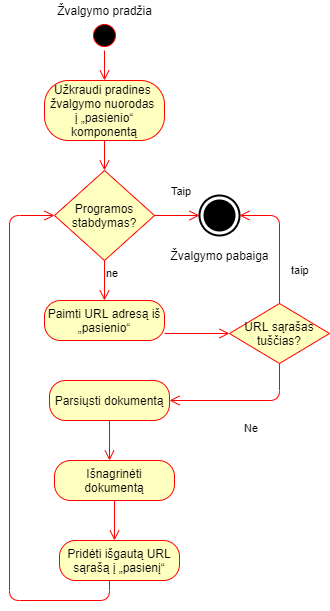
kasparas12/VU-Bachelor-Thesis keeps this draw.io diagram as img/Web_Crawler_Activity_Diagram.png. Above is the earlier version. Source tidied: cells renumbered, new cells last; positions are measured from the earlier drawing's top-left corner, leaving out a move shared by most shapes.
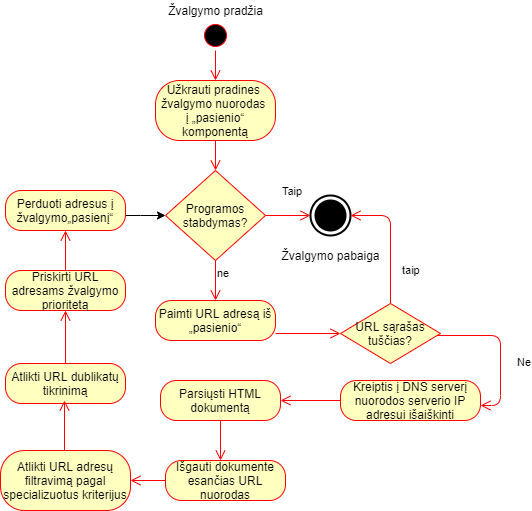
Later version of the same file.

Diff of the diagram source:
```diff
@@ -26,7 +26,7 @@
         <mxPoint x="95" y="300" as="targetPoint" />
       </mxGeometry>
     </mxCell>
-    <mxCell id="8" value="Užkraudi pradines&amp;nbsp;&lt;br&gt;žvalgymo nuorodas&amp;nbsp;&lt;br&gt;į „pasienio“ komponentą" style="rounded=1;whiteSpace=wrap;html=1;arcSize=40;fontColor=#000000;fillColor=#ffffc0;strokeColor=#ff0000;" parent="1" vertex="1">
+    <mxCell id="8" value="Užkrauti pradines&amp;nbsp;&lt;br&gt;žvalgymo nuorodas&amp;nbsp;&lt;br&gt;į „pasienio“ komponentą" style="rounded=1;whiteSpace=wrap;html=1;arcSize=40;fontColor=#000000;fillColor=#ffffc0;strokeColor=#ff0000;" parent="1" vertex="1">
       <mxGeometry x="35" y="80" width="120" height="60" as="geometry" />
     </mxCell>
     <mxCell id="9" style="edgeStyle=orthogonalEdgeStyle;html=1;verticalAlign=bottom;endArrow=open;endSize=8;strokeColor=#ff0000;" parent="1" edge="1" source="8" target="5">
@@ -45,7 +45,7 @@
         </Array>
       </mxGeometry>
     </mxCell>
-    <mxCell id="13" value="Parsiųsti dokumentą" style="rounded=1;whiteSpace=wrap;html=1;arcSize=40;fontColor=#000000;fillColor=#ffffc0;strokeColor=#ff0000;" parent="1" vertex="1">
+    <mxCell id="13" value="Parsiųsti HTML dokumentą" style="rounded=1;whiteSpace=wrap;html=1;arcSize=40;fontColor=#000000;fillColor=#ffffc0;strokeColor=#ff0000;" parent="1" vertex="1">
       <mxGeometry x="40" y="380" width="120" height="40" as="geometry" />
     </mxCell>
     <mxCell id="14" style="edgeStyle=orthogonalEdgeStyle;html=1;verticalAlign=bottom;endArrow=open;endSize=8;strokeColor=#ff0000;" parent="1" edge="1" source="13">
@@ -53,27 +53,14 @@
         <mxPoint x="100" y="460" as="targetPoint" />
       </mxGeometry>
     </mxCell>
-    <mxCell id="15" value="Išnagrinėti dokumentą" style="rounded=1;whiteSpace=wrap;html=1;arcSize=40;fontColor=#000000;fillColor=#ffffc0;strokeColor=#ff0000;" parent="1" vertex="1">
+    <mxCell id="15" value="Išgauti dokumente esančias URL nuorodas" style="rounded=1;whiteSpace=wrap;html=1;arcSize=40;fontColor=#000000;fillColor=#ffffc0;strokeColor=#ff0000;" parent="1" vertex="1">
       <mxGeometry x="45" y="460" width="120" height="40" as="geometry" />
     </mxCell>
     <mxCell id="16" style="edgeStyle=orthogonalEdgeStyle;html=1;verticalAlign=bottom;endArrow=open;endSize=8;strokeColor=#ff0000;" parent="1" edge="1" source="15">
       <mxGeometry relative="1" as="geometry">
-        <mxPoint x="105" y="540" as="targetPoint" />
+        <mxPoint x="10" y="480" as="targetPoint" />
       </mxGeometry>
     </mxCell>
-    <mxCell id="17" value="Pridėti išgautą URL sąrašą į „pasienį“" style="rounded=1;whiteSpace=wrap;html=1;arcSize=40;fontColor=#000000;fillColor=#ffffc0;strokeColor=#ff0000;" parent="1" vertex="1">
-      <mxGeometry x="50" y="540" width="120" height="40" as="geometry" />
-    </mxCell>
-    <mxCell id="18" style="edgeStyle=orthogonalEdgeStyle;html=1;verticalAlign=bottom;endArrow=open;endSize=8;strokeColor=#ff0000;entryX=0;entryY=0.5;entryDx=0;entryDy=0;" parent="1" edge="1" target="5">
-      <mxGeometry relative="1" as="geometry">
-        <mxPoint x="100" y="580" as="sourcePoint" />
-        <Array as="points">
-          <mxPoint x="100" y="600" />
-          <mxPoint y="600" />
-          <mxPoint y="215" />
-        </Array>
-      </mxGeometry>
-    </mxCell>
     <mxCell id="19" value="URL sąrašas tuščias?" style="rhombus;whiteSpace=wrap;html=1;fillColor=#ffffc0;strokeColor=#ff0000;" parent="1" vertex="1">
       <mxGeometry x="220" y="303" width="100" height="60" as="geometry" />
     </mxCell>
@@ -84,12 +71,55 @@
         </Array>
       </mxGeometry>
     </mxCell>
-    <mxCell id="21" value="Ne" style="edgeStyle=orthogonalEdgeStyle;html=1;align=left;verticalAlign=top;endArrow=open;endSize=8;strokeColor=#ff0000;entryX=1;entryY=0.5;entryDx=0;entryDy=0;" parent="1" edge="1" source="19" target="13">
+    <mxCell id="21" value="Ne" style="edgeStyle=orthogonalEdgeStyle;html=1;align=left;verticalAlign=top;endArrow=open;endSize=8;strokeColor=#ff0000;" parent="1" edge="1" source="19">
       <mxGeometry y="15" relative="1" as="geometry">
+        <mxPoint x="360" y="405" as="targetPoint" />
         <Array as="points">
-          <mxPoint x="270" y="400" />
+          <mxPoint x="380" y="335" />
+          <mxPoint x="380" y="405" />
         </Array>
       </mxGeometry>
     </mxCell>
+    <mxCell id="22" value="Kreiptis į DNS serverį nuorodos serverio IP adresui išaiškinti" style="rounded=1;whiteSpace=wrap;html=1;arcSize=40;fontColor=#000000;fillColor=#ffffc0;strokeColor=#ff0000;" parent="1" vertex="1">
+      <mxGeometry x="220" y="380" width="140" height="40" as="geometry" />
+    </mxCell>
+    <mxCell id="23" style="edgeStyle=orthogonalEdgeStyle;html=1;verticalAlign=bottom;endArrow=open;endSize=8;strokeColor=#ff0000;" parent="1" edge="1" source="22" target="13">
+      <mxGeometry relative="1" as="geometry" />
+    </mxCell>
+    <mxCell id="24" value="Atlikti URL dublikatų tikrinimą" style="rounded=1;whiteSpace=wrap;html=1;arcSize=40;fontColor=#000000;fillColor=#ffffc0;strokeColor=#ff0000;" parent="1" vertex="1">
+      <mxGeometry x="-115" y="363" width="120" height="40" as="geometry" />
+    </mxCell>
+    <mxCell id="25" style="edgeStyle=orthogonalEdgeStyle;html=1;verticalAlign=bottom;endArrow=open;endSize=8;strokeColor=#ff0000;entryX=0.5;entryY=1;entryDx=0;entryDy=0;" parent="1" edge="1" source="24" target="28">
+      <mxGeometry relative="1" as="geometry" />
+    </mxCell>
+    <mxCell id="26" value="Atlikti URL adresų filtravimą pagal specializuotus kriterijus" style="rounded=1;whiteSpace=wrap;html=1;arcSize=40;fontColor=#000000;fillColor=#ffffc0;strokeColor=#ff0000;" parent="1" vertex="1">
+      <mxGeometry x="-120" y="450" width="130" height="60" as="geometry" />
+    </mxCell>
+    <mxCell id="27" style="edgeStyle=orthogonalEdgeStyle;html=1;verticalAlign=bottom;endArrow=open;endSize=8;strokeColor=#ff0000;" parent="1" edge="1" source="26">
+      <mxGeometry relative="1" as="geometry">
+        <mxPoint x="-56" y="400" as="targetPoint" />
+        <Array as="points">
+          <mxPoint x="-56" y="400" />
+          <mxPoint x="-56" y="400" />
+        </Array>
+      </mxGeometry>
+    </mxCell>
+    <mxCell id="28" value="Priskirti URL adresams žvalgymo prioritetą" style="rounded=1;whiteSpace=wrap;html=1;arcSize=40;fontColor=#000000;fillColor=#ffffc0;strokeColor=#ff0000;" parent="1" vertex="1">
+      <mxGeometry x="-115" y="270" width="120" height="40" as="geometry" />
+    </mxCell>
+    <mxCell id="29" style="edgeStyle=orthogonalEdgeStyle;html=1;verticalAlign=bottom;endArrow=open;endSize=8;strokeColor=#ff0000;entryX=0.5;entryY=1;entryDx=0;entryDy=0;" parent="1" edge="1" source="28" target="31">
+      <mxGeometry relative="1" as="geometry" />
+    </mxCell>
+    <mxCell id="30" style="edgeStyle=orthogonalEdgeStyle;rounded=0;jettySize=auto;html=1;" parent="1" edge="1" source="31" target="5">
+      <mxGeometry relative="1" as="geometry">
+        <Array as="points">
+          <mxPoint x="20" y="215" />
+          <mxPoint x="20" y="215" />
+        </Array>
+      </mxGeometry>
+    </mxCell>
+    <mxCell id="31" value="Perduoti adresus į žvalgymo„pasienį“" style="rounded=1;whiteSpace=wrap;html=1;arcSize=40;fontColor=#000000;fillColor=#ffffc0;strokeColor=#ff0000;" parent="1" vertex="1">
+      <mxGeometry x="-115" y="190" width="120" height="40" as="geometry" />
+    </mxCell>
   </root>
 </mxGraphModel>
```
